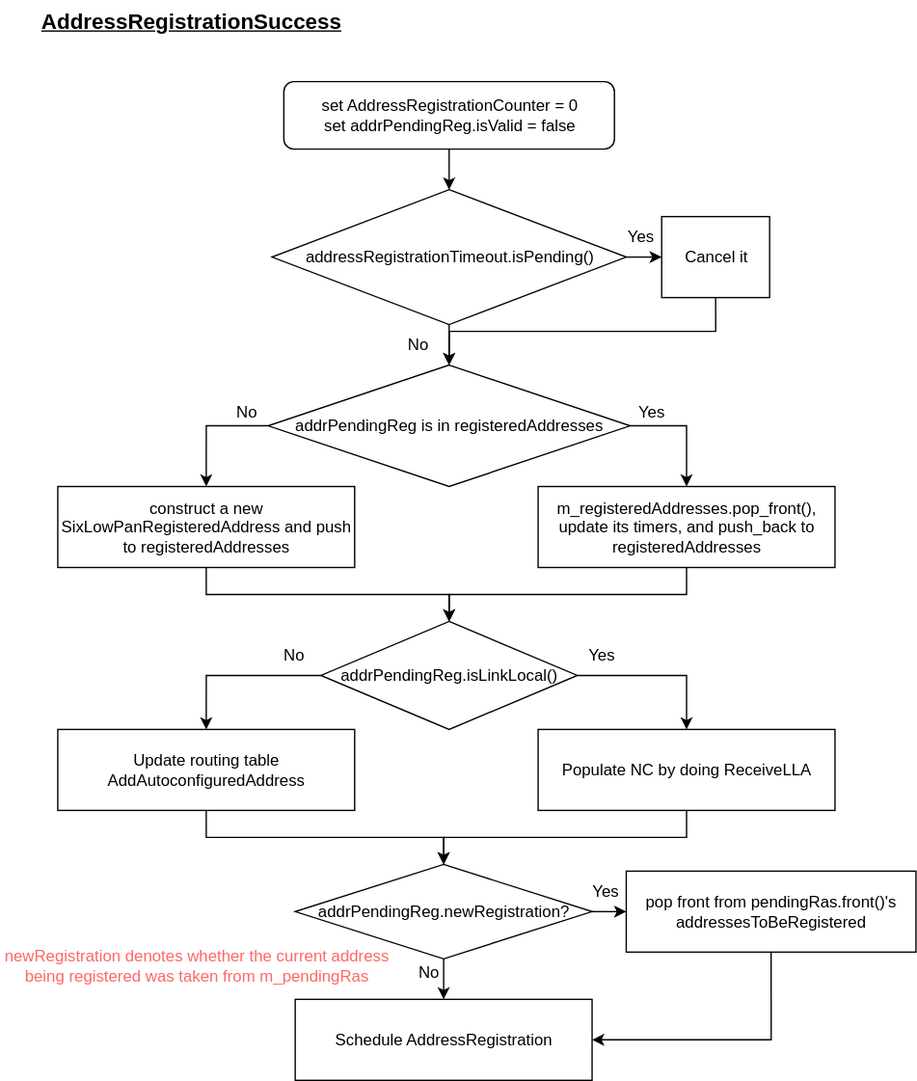
Above: src/sixlowpan/doc/figures/AddressRegistrationSuccess.drawio.svg in Donix212/urop-hybrid-mesh-net (draw.io), before the change. Source tidied: cells renumbered, new cells last; positions are measured from the earlier drawing's top-left corner, leaving out a move shared by most shapes.
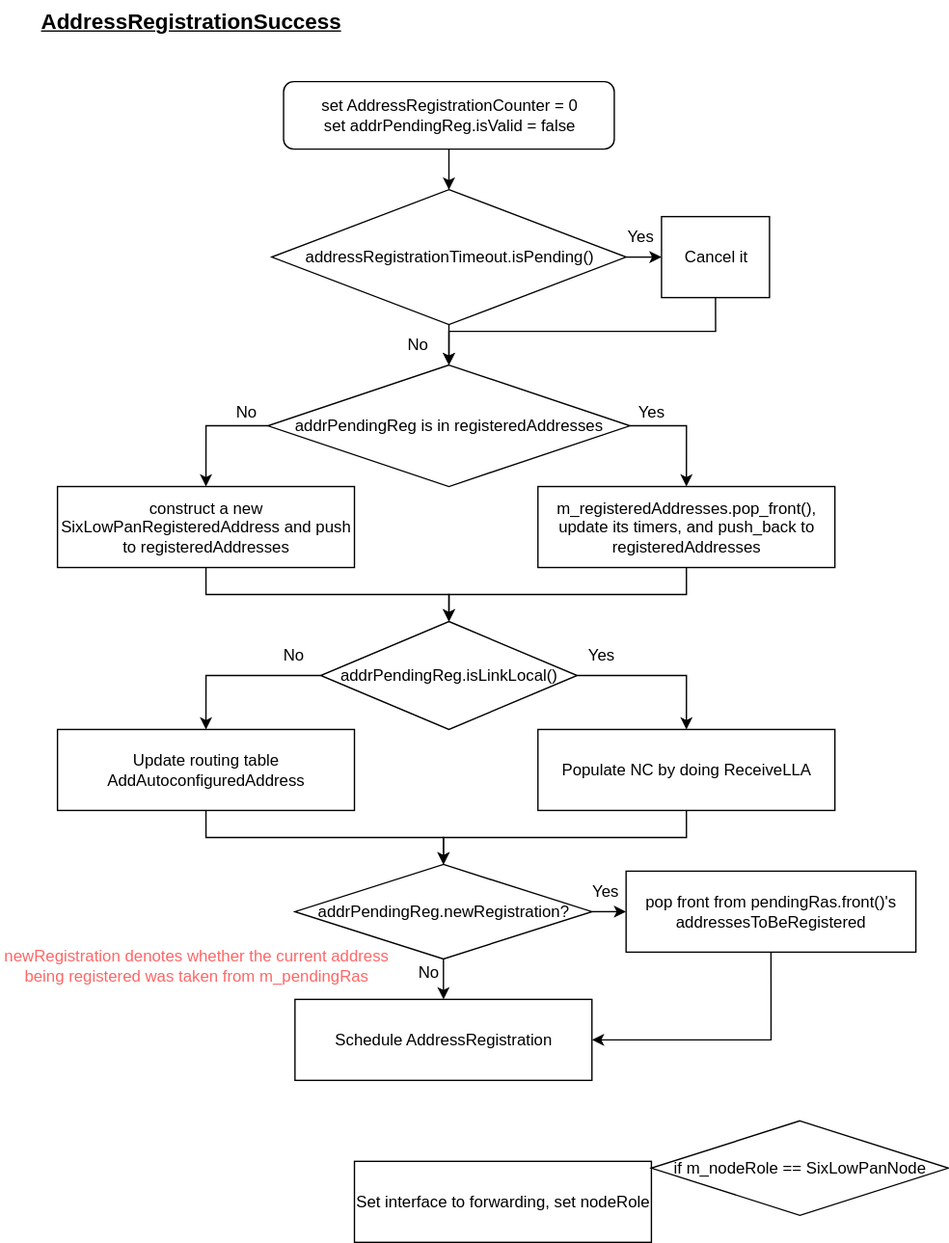
Later version of the same file.

What changed in the source:
```diff
@@ -113,5 +113,11 @@
     <mxCell id="38" value="&lt;font style=&quot;color: light-dark(rgb(255, 102, 102), rgb(255, 102, 102));&quot;&gt;newRegistration denotes whether the current address being registered was taken from m_pendingRas&lt;/font&gt;" style="text;html=1;align=center;verticalAlign=middle;whiteSpace=wrap;rounded=0;" parent="1" vertex="1">
       <mxGeometry x="-0.4" y="700" width="290" height="30" as="geometry" />
     </mxCell>
+    <mxCell id="39" value="Set interface to forwarding, set nodeRole" style="rounded=0;whiteSpace=wrap;html=1;" parent="1" vertex="1">
+      <mxGeometry x="262.1" y="860" width="220" height="60" as="geometry" />
+    </mxCell>
+    <mxCell id="40" value="if m_nodeRole == SixLowPanNode" style="rhombus;whiteSpace=wrap;html=1;" parent="1" vertex="1">
+      <mxGeometry x="482.1" y="830" width="220" height="70" as="geometry" />
+    </mxCell>
   </root>
 </mxGraphModel>
```
